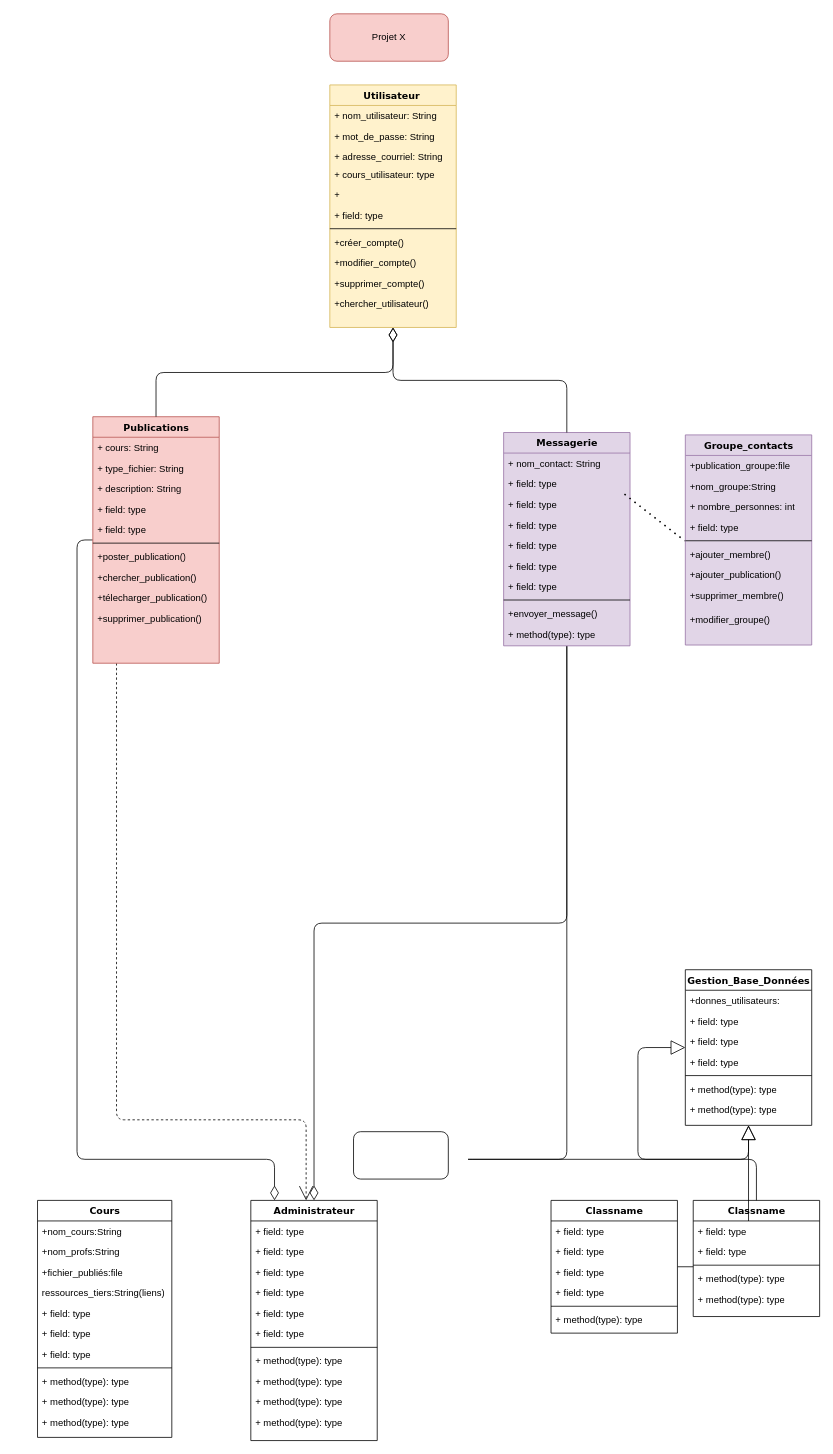
The draw.io diagram Diagramme sans nom.drawio in Spyrolol/Projet-X, before the edit. Source tidied: cells renumbered, new cells numbered last; positions are measured from the earlier drawing's top-left corner, leaving out a move shared by most shapes. Both pictures are drawn from the tidied source at 79%, with x=0, y=0 at pixel (37, 13).
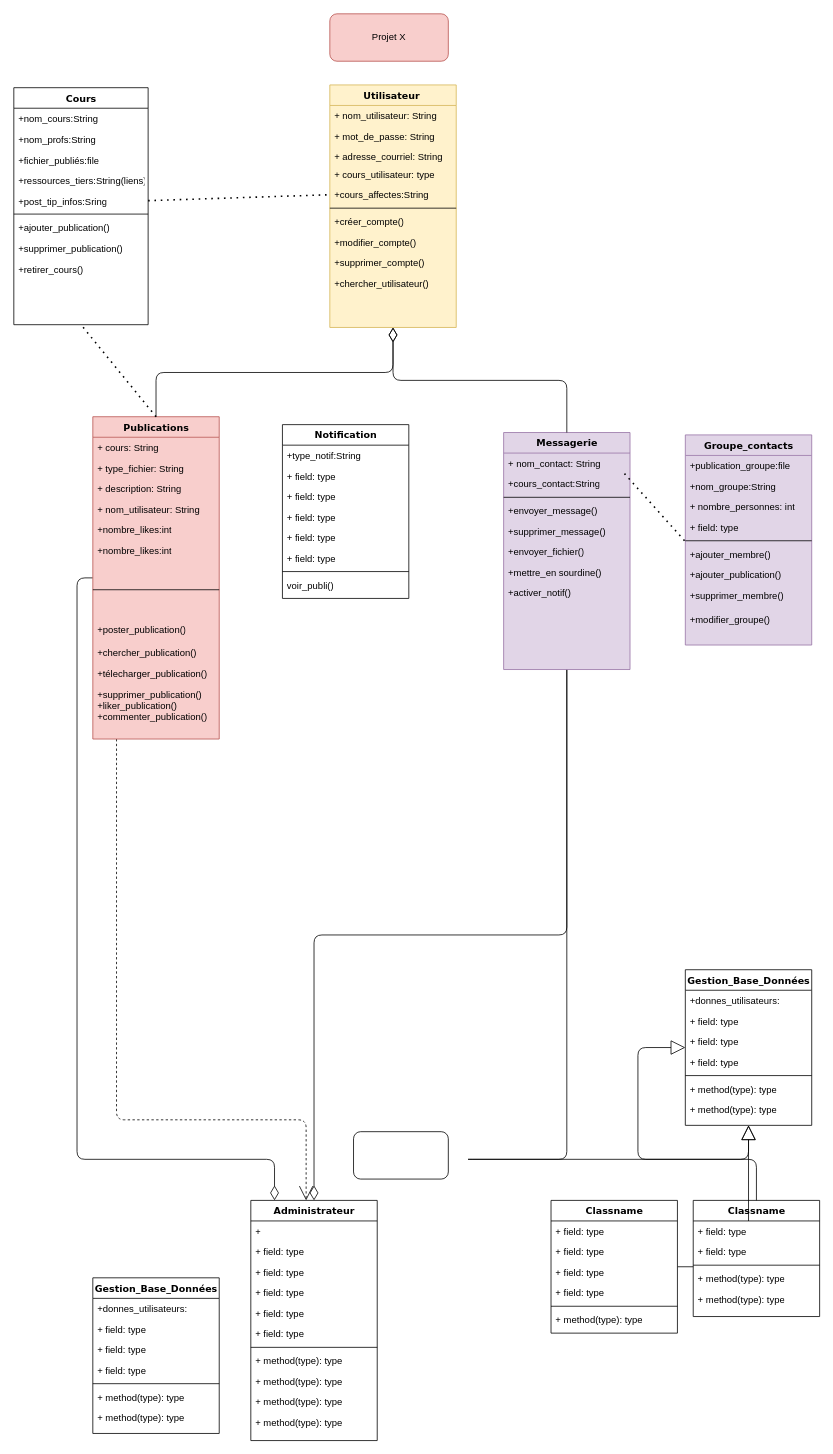
The same page after the edit.

Commit message (it also covers changes not shown here):
Mettre à jour Diagramme sans nom.drawio

The change refers to these unchanged cells:
```xml
<mxCell id="15" value="Utilisateur&amp;nbsp;" style="swimlane;html=1;fontStyle=1;align=center;verticalAlign=top;horizontal=1;startSize=26;swimlaneFillColor=#fff2cc;rounded=0;shadow=0;comic=0;labelBackgroundColor=none;strokeWidth=1;fillColor=#fff2cc;fontFamily=Verdana;fontSize=12;strokeColor=#d6b656;" parent="1" vertex="1">
  <mxGeometry x="370" y="90" width="160" height="307" as="geometry" />
</mxCell>
<mxCell id="48" value="Administrateur" style="swimlane;html=1;fontStyle=1;align=center;verticalAlign=top;horizontal=1;startSize=26;swimlaneFillColor=#ffffff;rounded=0;shadow=0;comic=0;labelBackgroundColor=none;strokeWidth=1;fillColor=none;fontFamily=Verdana;fontSize=12;" parent="1" vertex="1">
  <mxGeometry x="270" y="1502" width="160" height="304" as="geometry" />
</mxCell>
```

Diff of the diagram source:
```diff
@@
     <mxCell id="4" value="Publications" style="swimlane;html=1;fontStyle=1;align=center;verticalAlign=top;horizontal=1;startSize=26;swimlaneFillColor=#f8cecc;rounded=0;shadow=0;comic=0;labelBackgroundColor=none;strokeWidth=1;fillColor=#f8cecc;fontFamily=Verdana;fontSize=12;strokeColor=#b85450;" parent="1" vertex="1">
-      <mxGeometry x="70" y="510" width="160" height="312" as="geometry" />
+      <mxGeometry x="70" y="510" width="160" height="408" as="geometry" />
     </mxCell>
@@
-    <mxCell id="8" value="+ field: type" style="text;html=1;strokeColor=none;fillColor=none;align=left;verticalAlign=top;spacingLeft=4;spacingRight=4;whiteSpace=wrap;overflow=hidden;" parent="4" vertex="1">
+    <mxCell id="8" value="+ nom_utilisateur: String" style="text;html=1;strokeColor=none;fillColor=none;align=left;verticalAlign=top;spacingLeft=4;spacingRight=4;whiteSpace=wrap;overflow=hidden;" parent="4" vertex="1">
       <mxGeometry y="104" width="160" height="26" as="geometry" />
     </mxCell>
-    <mxCell id="9" value="+ field: type" style="text;html=1;strokeColor=none;fillColor=none;align=left;verticalAlign=top;spacingLeft=4;spacingRight=4;whiteSpace=wrap;overflow=hidden;" parent="4" vertex="1">
+    <mxCell id="9" value="+nombre_likes:int&lt;br&gt;" style="text;html=1;strokeColor=none;fillColor=none;align=left;verticalAlign=top;spacingLeft=4;spacingRight=4;whiteSpace=wrap;overflow=hidden;" parent="4" vertex="1">
       <mxGeometry y="130" width="160" height="26" as="geometry" />
     </mxCell>
+    <mxCell id="102" value="+nombre_likes:int&lt;br&gt;" style="text;html=1;strokeColor=none;fillColor=none;align=left;verticalAlign=top;spacingLeft=4;spacingRight=4;whiteSpace=wrap;overflow=hidden;" parent="4" vertex="1">
+      <mxGeometry y="156" width="160" height="26" as="geometry" />
+    </mxCell>
     <mxCell id="10" style="line;html=1;strokeWidth=1;fillColor=none;align=left;verticalAlign=middle;spacingTop=-1;spacingLeft=3;spacingRight=3;labelPosition=right;" parent="4" vertex="1">
-      <mxGeometry y="156" width="160" height="8" as="geometry" />
+      <mxGeometry y="182" width="160" height="74" as="geometry" />
     </mxCell>
     <mxCell id="11" value="+poster_publication()" style="text;html=1;strokeColor=none;fillColor=none;align=left;verticalAlign=top;spacingLeft=4;spacingRight=4;whiteSpace=wrap;overflow=hidden;" parent="4" vertex="1">
-      <mxGeometry y="164" width="160" height="26" as="geometry" />
+      <mxGeometry y="256" width="160" height="30" as="geometry" />
     </mxCell>
     <mxCell id="12" value="+chercher_publication()" style="text;html=1;strokeColor=none;fillColor=none;align=left;verticalAlign=top;spacingLeft=4;spacingRight=4;whiteSpace=wrap;overflow=hidden;" parent="4" vertex="1">
-      <mxGeometry y="190" width="160" height="26" as="geometry" />
+      <mxGeometry y="286" width="160" height="26" as="geometry" />
     </mxCell>
     <mxCell id="13" value="+télecharger_publication()" style="text;html=1;strokeColor=none;fillColor=none;align=left;verticalAlign=top;spacingLeft=4;spacingRight=4;whiteSpace=wrap;overflow=hidden;" parent="4" vertex="1">
-      <mxGeometry y="216" width="160" height="26" as="geometry" />
+      <mxGeometry y="312" width="160" height="26" as="geometry" />
     </mxCell>
-    <mxCell id="14" value="+supprimer_publication()" style="text;html=1;strokeColor=none;fillColor=none;align=left;verticalAlign=top;spacingLeft=4;spacingRight=4;whiteSpace=wrap;overflow=hidden;" parent="4" vertex="1">
-      <mxGeometry y="242" width="160" height="70" as="geometry" />
+    <mxCell id="14" value="+supprimer_publication()&lt;br&gt;+liker_publication()&lt;br&gt;+commenter_publication()" style="text;html=1;strokeColor=none;fillColor=none;align=left;verticalAlign=top;spacingLeft=4;spacingRight=4;whiteSpace=wrap;overflow=hidden;" parent="4" vertex="1">
+      <mxGeometry y="338" width="160" height="70" as="geometry" />
     </mxCell>
@@
-    <mxCell id="20" value="+" style="text;html=1;strokeColor=none;fillColor=none;align=left;verticalAlign=top;spacingLeft=4;spacingRight=4;whiteSpace=wrap;overflow=hidden;" parent="15" vertex="1">
-      <mxGeometry y="126" width="160" height="26" as="geometry" />
-    </mxCell>
-    <mxCell id="21" value="+ field: type" style="text;html=1;strokeColor=none;fillColor=none;align=left;verticalAlign=top;spacingLeft=4;spacingRight=4;whiteSpace=wrap;overflow=hidden;points=[[0,0.5],[1,0.5]];portConstraint=eastwest;" parent="15" vertex="1">
-      <mxGeometry y="152" width="160" height="26" as="geometry" />
+    <mxCell id="21" value="+cours_affectes:String" style="text;html=1;strokeColor=none;fillColor=none;align=left;verticalAlign=top;spacingLeft=4;spacingRight=4;whiteSpace=wrap;overflow=hidden;points=[[0,0.5],[1,0.5]];portConstraint=eastwest;" parent="15" vertex="1">
+      <mxGeometry y="126" width="160" height="26" as="geometry" />
     </mxCell>
     <mxCell id="22" style="line;html=1;strokeWidth=1;fillColor=none;align=left;verticalAlign=middle;spacingTop=-1;spacingLeft=3;spacingRight=3;labelPosition=right;" parent="15" vertex="1">
-      <mxGeometry y="178" width="160" height="8" as="geometry" />
+      <mxGeometry y="152" width="160" height="8" as="geometry" />
     </mxCell>
     <mxCell id="23" value="+créer_compte()&lt;br&gt;" style="text;html=1;strokeColor=none;fillColor=none;align=left;verticalAlign=top;spacingLeft=4;spacingRight=4;whiteSpace=wrap;overflow=hidden;" parent="15" vertex="1">
-      <mxGeometry y="186" width="160" height="26" as="geometry" />
+      <mxGeometry y="160" width="160" height="26" as="geometry" />
     </mxCell>
     <mxCell id="24" value="+modifier_compte()" style="text;html=1;strokeColor=none;fillColor=none;align=left;verticalAlign=top;spacingLeft=4;spacingRight=4;whiteSpace=wrap;overflow=hidden;" parent="15" vertex="1">
-      <mxGeometry y="212" width="160" height="26" as="geometry" />
+      <mxGeometry y="186" width="160" height="26" as="geometry" />
     </mxCell>
     <mxCell id="25" value="+supprimer_compte()" style="text;html=1;strokeColor=none;fillColor=none;align=left;verticalAlign=top;spacingLeft=4;spacingRight=4;whiteSpace=wrap;overflow=hidden;" parent="15" vertex="1">
-      <mxGeometry y="238" width="160" height="26" as="geometry" />
+      <mxGeometry y="212" width="160" height="26" as="geometry" />
     </mxCell>
     <mxCell id="26" value="+chercher_utilisateur()" style="text;html=1;strokeColor=none;fillColor=none;align=left;verticalAlign=top;spacingLeft=4;spacingRight=4;whiteSpace=wrap;overflow=hidden;" parent="15" vertex="1">
-      <mxGeometry y="264" width="160" height="26" as="geometry" />
+      <mxGeometry y="238" width="160" height="26" as="geometry" />
     </mxCell>
@@
     <mxCell id="35" value="Cours" style="swimlane;html=1;fontStyle=1;align=center;verticalAlign=top;horizontal=1;startSize=26;swimlaneFillColor=#ffffff;rounded=0;shadow=0;comic=0;labelBackgroundColor=none;strokeWidth=1;fillColor=none;fontFamily=Verdana;fontSize=12;" parent="1" vertex="1">
-      <mxGeometry y="1502" width="170" height="300" as="geometry" />
+      <mxGeometry x="-30" y="93.5" width="170" height="300" as="geometry" />
     </mxCell>
@@
-    <mxCell id="39" value="ressources_tiers:String(liens)" style="text;html=1;strokeColor=none;fillColor=none;align=left;verticalAlign=top;spacingLeft=4;spacingRight=4;whiteSpace=wrap;overflow=hidden;" parent="35" vertex="1">
+    <mxCell id="39" value="+ressources_tiers:String(liens)" style="text;html=1;strokeColor=none;fillColor=none;align=left;verticalAlign=top;spacingLeft=4;spacingRight=4;whiteSpace=wrap;overflow=hidden;" parent="35" vertex="1">
       <mxGeometry y="104" width="170" height="26" as="geometry" />
     </mxCell>
-    <mxCell id="40" value="+ field: type" style="text;html=1;strokeColor=none;fillColor=none;align=left;verticalAlign=top;spacingLeft=4;spacingRight=4;whiteSpace=wrap;overflow=hidden;points=[[0,0.5],[1,0.5]];portConstraint=eastwest;" parent="35" vertex="1">
+    <mxCell id="40" value="+post_tip_infos:Sring" style="text;html=1;strokeColor=none;fillColor=none;align=left;verticalAlign=top;spacingLeft=4;spacingRight=4;whiteSpace=wrap;overflow=hidden;points=[[0,0.5],[1,0.5]];portConstraint=eastwest;" parent="35" vertex="1">
       <mxGeometry y="130" width="170" height="26" as="geometry" />
     </mxCell>
-    <mxCell id="41" value="+ field: type" style="text;html=1;strokeColor=none;fillColor=none;align=left;verticalAlign=top;spacingLeft=4;spacingRight=4;whiteSpace=wrap;overflow=hidden;" parent="35" vertex="1">
-      <mxGeometry y="156" width="170" height="26" as="geometry" />
-    </mxCell>
-    <mxCell id="42" value="+ field: type" style="text;html=1;strokeColor=none;fillColor=none;align=left;verticalAlign=top;spacingLeft=4;spacingRight=4;whiteSpace=wrap;overflow=hidden;" parent="35" vertex="1">
-      <mxGeometry y="182" width="170" height="26" as="geometry" />
-    </mxCell>
     <mxCell id="43" style="line;html=1;strokeWidth=1;fillColor=none;align=left;verticalAlign=middle;spacingTop=-1;spacingLeft=3;spacingRight=3;labelPosition=right;" parent="35" vertex="1">
-      <mxGeometry y="208" width="170" height="8" as="geometry" />
+      <mxGeometry y="156" width="170" height="8" as="geometry" />
     </mxCell>
-    <mxCell id="44" value="+ method(type): type" style="text;html=1;strokeColor=none;fillColor=none;align=left;verticalAlign=top;spacingLeft=4;spacingRight=4;whiteSpace=wrap;overflow=hidden;" parent="35" vertex="1">
-      <mxGeometry y="216" width="170" height="26" as="geometry" />
+    <mxCell id="44" value="+ajouter_publication()" style="text;html=1;strokeColor=none;fillColor=none;align=left;verticalAlign=top;spacingLeft=4;spacingRight=4;whiteSpace=wrap;overflow=hidden;" parent="35" vertex="1">
+      <mxGeometry y="164" width="170" height="26" as="geometry" />
     </mxCell>
-    <mxCell id="45" value="+ method(type): type" style="text;html=1;strokeColor=none;fillColor=none;align=left;verticalAlign=top;spacingLeft=4;spacingRight=4;whiteSpace=wrap;overflow=hidden;" parent="35" vertex="1">
-      <mxGeometry y="242" width="170" height="26" as="geometry" />
+    <mxCell id="45" value="+supprimer_publication()" style="text;html=1;strokeColor=none;fillColor=none;align=left;verticalAlign=top;spacingLeft=4;spacingRight=4;whiteSpace=wrap;overflow=hidden;" parent="35" vertex="1">
+      <mxGeometry y="190" width="170" height="26" as="geometry" />
     </mxCell>
-    <mxCell id="46" value="+ method(type): type" style="text;html=1;strokeColor=none;fillColor=none;align=left;verticalAlign=top;spacingLeft=4;spacingRight=4;whiteSpace=wrap;overflow=hidden;" parent="35" vertex="1">
-      <mxGeometry y="268" width="170" height="26" as="geometry" />
+    <mxCell id="46" value="+retirer_cours()" style="text;html=1;strokeColor=none;fillColor=none;align=left;verticalAlign=top;spacingLeft=4;spacingRight=4;whiteSpace=wrap;overflow=hidden;" parent="35" vertex="1">
+      <mxGeometry y="216" width="170" height="26" as="geometry" />
     </mxCell>
@@
-    <mxCell id="49" value="+ field: type" style="text;html=1;strokeColor=none;fillColor=none;align=left;verticalAlign=top;spacingLeft=4;spacingRight=4;whiteSpace=wrap;overflow=hidden;" parent="48" vertex="1">
+    <mxCell id="49" value="+" style="text;html=1;strokeColor=none;fillColor=none;align=left;verticalAlign=top;spacingLeft=4;spacingRight=4;whiteSpace=wrap;overflow=hidden;" parent="48" vertex="1">
       <mxGeometry y="26" width="160" height="26" as="geometry" />
     </mxCell>
@@
     <mxCell id="61" value="Messagerie" style="swimlane;html=1;fontStyle=1;align=center;verticalAlign=top;horizontal=1;startSize=26;swimlaneFillColor=#e1d5e7;rounded=0;shadow=0;comic=0;labelBackgroundColor=none;strokeWidth=1;fillColor=#e1d5e7;fontFamily=Verdana;fontSize=12;strokeColor=#9673a6;" parent="1" vertex="1">
-      <mxGeometry x="590" y="530" width="160" height="270" as="geometry" />
+      <mxGeometry x="590" y="530" width="160" height="300" as="geometry" />
     </mxCell>
@@
-    <mxCell id="63" value="+ field: type" style="text;html=1;strokeColor=none;fillColor=none;align=left;verticalAlign=top;spacingLeft=4;spacingRight=4;whiteSpace=wrap;overflow=hidden;" parent="61" vertex="1">
-      <mxGeometry y="52" width="160" height="26" as="geometry" />
-    </mxCell>
-    <mxCell id="64" value="+ field: type" style="text;html=1;strokeColor=none;fillColor=none;align=left;verticalAlign=top;spacingLeft=4;spacingRight=4;whiteSpace=wrap;overflow=hidden;points=[[0,0.5],[1,0.5]];portConstraint=eastwest;" parent="61" vertex="1">
-      <mxGeometry y="78" width="160" height="26" as="geometry" />
+    <mxCell id="64" value="+cours_contact:String" style="text;html=1;strokeColor=none;fillColor=none;align=left;verticalAlign=top;spacingLeft=4;spacingRight=4;whiteSpace=wrap;overflow=hidden;points=[[0,0.5],[1,0.5]];portConstraint=eastwest;" parent="61" vertex="1">
+      <mxGeometry y="52" width="160" height="26" as="geometry" />
     </mxCell>
-    <mxCell id="65" value="+ field: type" style="text;html=1;strokeColor=none;fillColor=none;align=left;verticalAlign=top;spacingLeft=4;spacingRight=4;whiteSpace=wrap;overflow=hidden;" parent="61" vertex="1">
-      <mxGeometry y="104" width="160" height="26" as="geometry" />
-    </mxCell>
-    <mxCell id="66" value="+ field: type" style="text;html=1;strokeColor=none;fillColor=none;align=left;verticalAlign=top;spacingLeft=4;spacingRight=4;whiteSpace=wrap;overflow=hidden;" parent="61" vertex="1">
-      <mxGeometry y="130" width="160" height="26" as="geometry" />
-    </mxCell>
-    <mxCell id="67" value="+ field: type" style="text;html=1;strokeColor=none;fillColor=none;align=left;verticalAlign=top;spacingLeft=4;spacingRight=4;whiteSpace=wrap;overflow=hidden;" parent="61" vertex="1">
-      <mxGeometry y="156" width="160" height="26" as="geometry" />
-    </mxCell>
-    <mxCell id="68" value="+ field: type" style="text;html=1;strokeColor=none;fillColor=none;align=left;verticalAlign=top;spacingLeft=4;spacingRight=4;whiteSpace=wrap;overflow=hidden;" parent="61" vertex="1">
-      <mxGeometry y="182" width="160" height="26" as="geometry" />
-    </mxCell>
     <mxCell id="69" style="line;html=1;strokeWidth=1;fillColor=none;align=left;verticalAlign=middle;spacingTop=-1;spacingLeft=3;spacingRight=3;labelPosition=right;" parent="61" vertex="1">
-      <mxGeometry y="208" width="160" height="8" as="geometry" />
+      <mxGeometry y="78" width="160" height="8" as="geometry" />
     </mxCell>
     <mxCell id="70" value="+envoyer_message()" style="text;html=1;strokeColor=none;fillColor=none;align=left;verticalAlign=top;spacingLeft=4;spacingRight=4;whiteSpace=wrap;overflow=hidden;" parent="61" vertex="1">
-      <mxGeometry y="216" width="160" height="26" as="geometry" />
+      <mxGeometry y="86" width="160" height="26" as="geometry" />
     </mxCell>
-    <mxCell id="71" value="+ method(type): type" style="text;html=1;strokeColor=none;fillColor=none;align=left;verticalAlign=top;spacingLeft=4;spacingRight=4;whiteSpace=wrap;overflow=hidden;" parent="61" vertex="1">
-      <mxGeometry y="242" width="160" height="26" as="geometry" />
+    <mxCell id="71" value="+supprimer_message()" style="text;html=1;strokeColor=none;fillColor=none;align=left;verticalAlign=top;spacingLeft=4;spacingRight=4;whiteSpace=wrap;overflow=hidden;" parent="61" vertex="1">
+      <mxGeometry y="112" width="160" height="26" as="geometry" />
     </mxCell>
+    <mxCell id="103" value="+envoyer_fichier()" style="text;html=1;strokeColor=none;fillColor=none;align=left;verticalAlign=top;spacingLeft=4;spacingRight=4;whiteSpace=wrap;overflow=hidden;" parent="61" vertex="1">
+      <mxGeometry y="138" width="160" height="26" as="geometry" />
+    </mxCell>
+    <mxCell id="104" value="+mettre_en sourdine()" style="text;html=1;strokeColor=none;fillColor=none;align=left;verticalAlign=top;spacingLeft=4;spacingRight=4;whiteSpace=wrap;overflow=hidden;" parent="61" vertex="1">
+      <mxGeometry y="164" width="160" height="26" as="geometry" />
+    </mxCell>
+    <mxCell id="105" value="+activer_notif()" style="text;html=1;strokeColor=none;fillColor=none;align=left;verticalAlign=top;spacingLeft=4;spacingRight=4;whiteSpace=wrap;overflow=hidden;" parent="61" vertex="1">
+      <mxGeometry y="190" width="160" height="26" as="geometry" />
+    </mxCell>
@@
+    <mxCell id="106" style="endArrow=none;dashed=1;html=1;dashPattern=1 3;strokeWidth=2;rounded=0;exitX=1;exitY=0.5;exitDx=0;exitDy=0;entryX=0;entryY=0.5;entryDx=0;entryDy=0;" parent="1" edge="1" source="40" target="21">
+      <mxGeometry relative="1" as="geometry" />
+    </mxCell>
+    <mxCell id="107" value="Gestion_Base_Données" style="swimlane;html=1;fontStyle=1;align=center;verticalAlign=top;horizontal=1;startSize=26;swimlaneFillColor=#ffffff;rounded=0;shadow=0;comic=0;labelBackgroundColor=none;strokeWidth=1;fillColor=none;fontFamily=Verdana;fontSize=12;" parent="1" vertex="1">
+      <mxGeometry x="70" y="1600" width="160" height="197" as="geometry" />
+    </mxCell>
+    <mxCell id="108" value="+donnes_utilisateurs:" style="text;html=1;strokeColor=none;fillColor=none;align=left;verticalAlign=top;spacingLeft=4;spacingRight=4;whiteSpace=wrap;overflow=hidden;" parent="107" vertex="1">
+      <mxGeometry y="26" width="160" height="26" as="geometry" />
+    </mxCell>
+    <mxCell id="109" value="+ field: type" style="text;html=1;strokeColor=none;fillColor=none;align=left;verticalAlign=top;spacingLeft=4;spacingRight=4;whiteSpace=wrap;overflow=hidden;" parent="107" vertex="1">
+      <mxGeometry y="52" width="160" height="26" as="geometry" />
+    </mxCell>
+    <mxCell id="110" value="+ field: type" style="text;html=1;strokeColor=none;fillColor=none;align=left;verticalAlign=top;spacingLeft=4;spacingRight=4;whiteSpace=wrap;overflow=hidden;" parent="107" vertex="1">
+      <mxGeometry y="78" width="160" height="26" as="geometry" />
+    </mxCell>
+    <mxCell id="111" value="+ field: type" style="text;html=1;strokeColor=none;fillColor=none;align=left;verticalAlign=top;spacingLeft=4;spacingRight=4;whiteSpace=wrap;overflow=hidden;" parent="107" vertex="1">
+      <mxGeometry y="104" width="160" height="26" as="geometry" />
+    </mxCell>
+    <mxCell id="112" style="line;html=1;strokeWidth=1;fillColor=none;align=left;verticalAlign=middle;spacingTop=-1;spacingLeft=3;spacingRight=3;labelPosition=right;" parent="107" vertex="1">
+      <mxGeometry y="130" width="160" height="8" as="geometry" />
+    </mxCell>
+    <mxCell id="113" value="+ method(type): type" style="text;html=1;strokeColor=none;fillColor=none;align=left;verticalAlign=top;spacingLeft=4;spacingRight=4;whiteSpace=wrap;overflow=hidden;" parent="107" vertex="1">
+      <mxGeometry y="138" width="160" height="26" as="geometry" />
+    </mxCell>
+    <mxCell id="114" value="+ method(type): type" style="text;html=1;strokeColor=none;fillColor=none;align=left;verticalAlign=top;spacingLeft=4;spacingRight=4;whiteSpace=wrap;overflow=hidden;" parent="107" vertex="1">
+      <mxGeometry y="164" width="160" height="26" as="geometry" />
+    </mxCell>
+    <mxCell id="115" style="endArrow=none;dashed=1;html=1;dashPattern=1 3;strokeWidth=2;rounded=0;exitX=0.5;exitY=0;exitDx=0;exitDy=0;entryX=0.5;entryY=1;entryDx=0;entryDy=0;" parent="1" edge="1" source="4" target="35">
+      <mxGeometry relative="1" as="geometry" />
+    </mxCell>
+    <mxCell id="116" value="Notification" style="swimlane;html=1;fontStyle=1;align=center;verticalAlign=top;horizontal=1;startSize=26;swimlaneFillColor=#ffffff;rounded=0;shadow=0;comic=0;labelBackgroundColor=none;strokeWidth=1;fillColor=none;fontFamily=Verdana;fontSize=12;" parent="1" vertex="1">
+      <mxGeometry x="310" y="520" width="160" height="220" as="geometry" />
+    </mxCell>
+    <mxCell id="117" value="+type_notif:String" style="text;html=1;strokeColor=none;fillColor=none;align=left;verticalAlign=top;spacingLeft=4;spacingRight=4;whiteSpace=wrap;overflow=hidden;" parent="116" vertex="1">
+      <mxGeometry y="26" width="160" height="26" as="geometry" />
+    </mxCell>
+    <mxCell id="118" value="+ field: type" style="text;html=1;strokeColor=none;fillColor=none;align=left;verticalAlign=top;spacingLeft=4;spacingRight=4;whiteSpace=wrap;overflow=hidden;" parent="116" vertex="1">
+      <mxGeometry y="52" width="160" height="26" as="geometry" />
+    </mxCell>
+    <mxCell id="119" value="+ field: type" style="text;html=1;strokeColor=none;fillColor=none;align=left;verticalAlign=top;spacingLeft=4;spacingRight=4;whiteSpace=wrap;overflow=hidden;" parent="116" vertex="1">
+      <mxGeometry y="78" width="160" height="26" as="geometry" />
+    </mxCell>
+    <mxCell id="120" value="+ field: type" style="text;html=1;strokeColor=none;fillColor=none;align=left;verticalAlign=top;spacingLeft=4;spacingRight=4;whiteSpace=wrap;overflow=hidden;" parent="116" vertex="1">
+      <mxGeometry y="104" width="160" height="26" as="geometry" />
+    </mxCell>
+    <mxCell id="66" value="+ field: type" style="text;html=1;strokeColor=none;fillColor=none;align=left;verticalAlign=top;spacingLeft=4;spacingRight=4;whiteSpace=wrap;overflow=hidden;" parent="116" vertex="1">
+      <mxGeometry y="130" width="160" height="26" as="geometry" />
+    </mxCell>
+    <mxCell id="67" value="+ field: type" style="text;html=1;strokeColor=none;fillColor=none;align=left;verticalAlign=top;spacingLeft=4;spacingRight=4;whiteSpace=wrap;overflow=hidden;" parent="116" vertex="1">
+      <mxGeometry y="156" width="160" height="26" as="geometry" />
+    </mxCell>
+    <mxCell id="121" style="line;html=1;strokeWidth=1;fillColor=none;align=left;verticalAlign=middle;spacingTop=-1;spacingLeft=3;spacingRight=3;labelPosition=right;" parent="116" vertex="1">
+      <mxGeometry y="182" width="160" height="8" as="geometry" />
+    </mxCell>
+    <mxCell id="122" value="voir_publi()" style="text;html=1;strokeColor=none;fillColor=none;align=left;verticalAlign=top;spacingLeft=4;spacingRight=4;whiteSpace=wrap;overflow=hidden;" parent="116" vertex="1">
+      <mxGeometry y="190" width="160" height="26" as="geometry" />
+    </mxCell>
```
